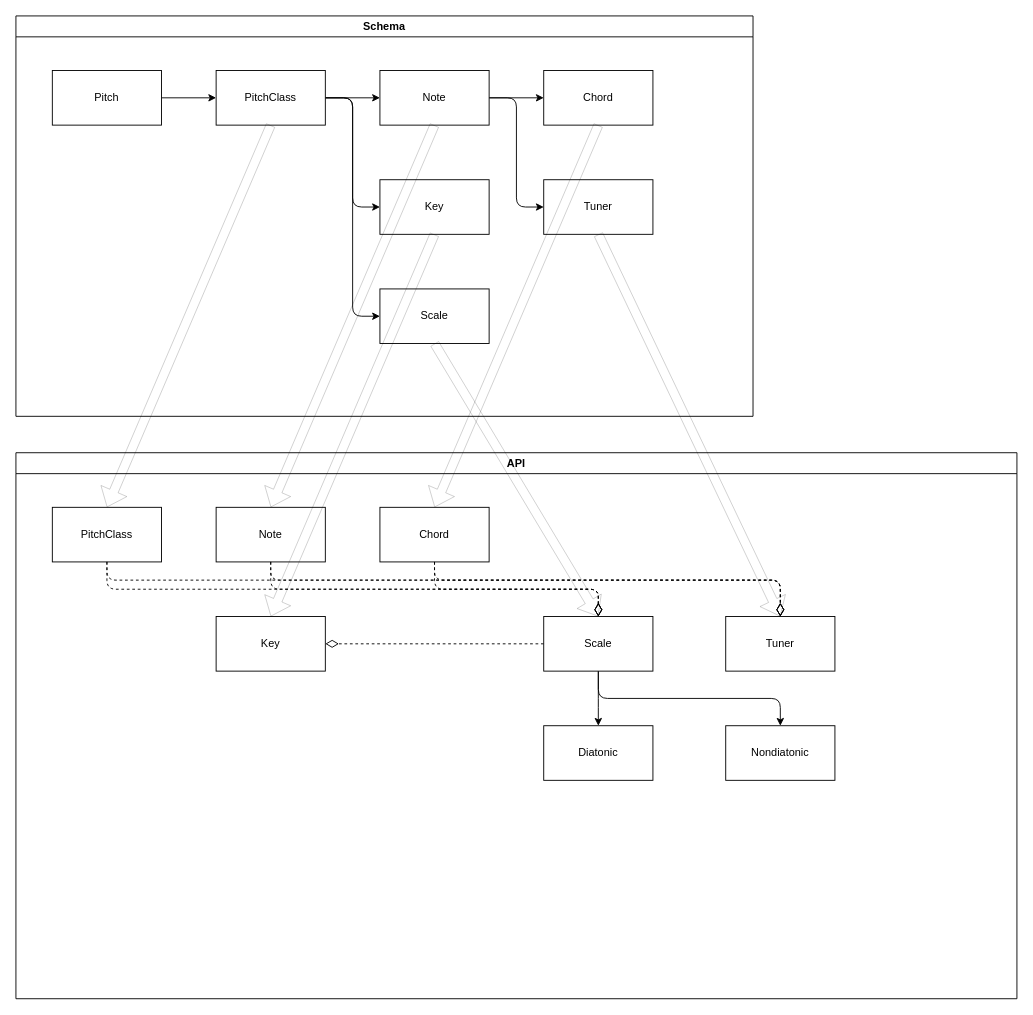
Earlier version of the draw.io diagram documents/schema.drawio (Oujox/aulos). Source tidied: cells renumbered, new cells numbered last; positions are measured from the earlier drawing's top-left corner, leaving out a move shared by most shapes. Both pictures are drawn from the tidied source at 91%, with x=0, y=0 at pixel (15, 15).
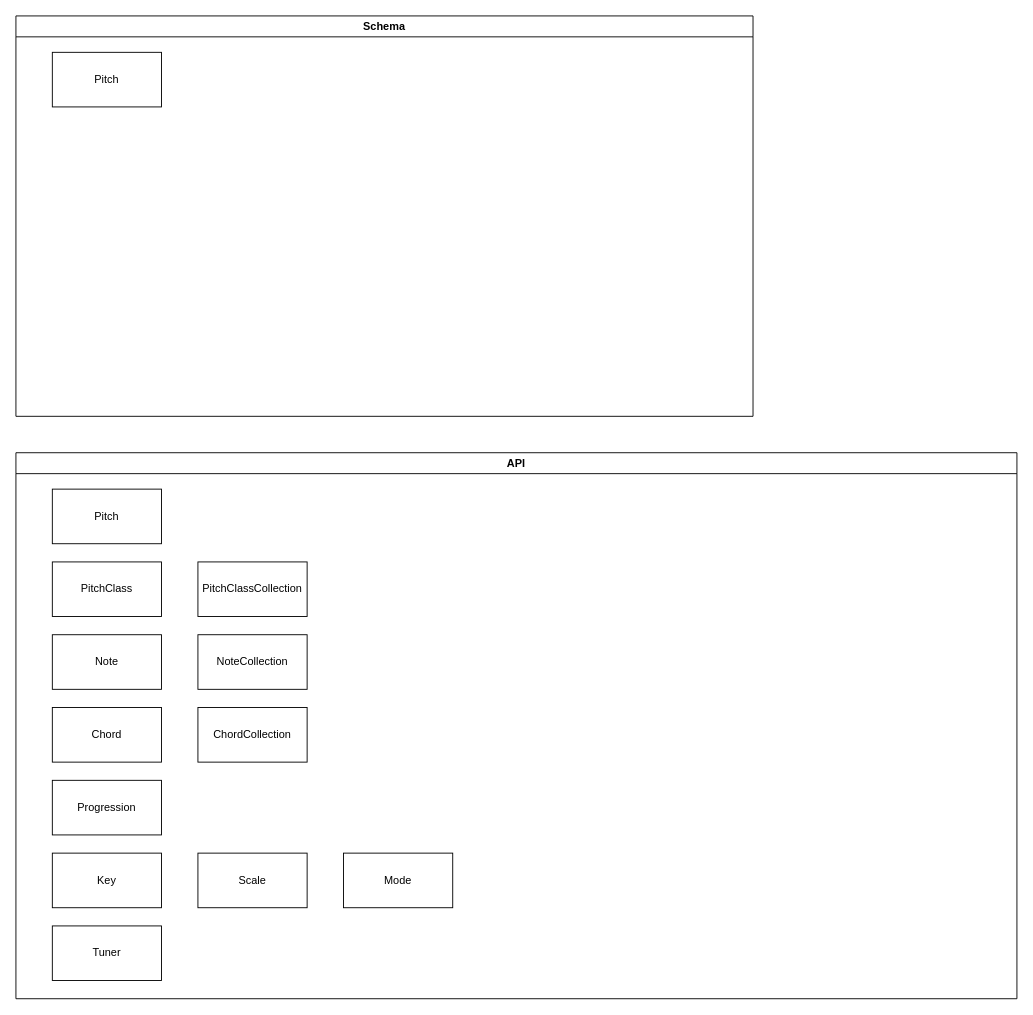
The same page after the edit.

Unchanged cells that the change refers to:
```xml
<mxCell id="2" value="Schema" style="swimlane;whiteSpace=wrap;html=1;" parent="1" vertex="1">
  <mxGeometry width="810" height="440" as="geometry" />
</mxCell>
```

Diff of the diagram source:
```diff
@@
-    <mxCell id="3" style="edgeStyle=none;html=1;exitX=1;exitY=0.5;exitDx=0;exitDy=0;entryX=0;entryY=0.5;entryDx=0;entryDy=0;" parent="2" edge="1" source="4" target="12">
-      <mxGeometry relative="1" as="geometry" />
-    </mxCell>
+    <mxCell id="39" value="Pitch" style="rounded=0;whiteSpace=wrap;html=1;" parent="2" vertex="1">
+      <mxGeometry x="40" y="40" width="120" height="60" as="geometry" />
+    </mxCell>
+    <mxCell id="16" value="API" style="swimlane;whiteSpace=wrap;html=1;strokeColor=default;" parent="1" vertex="1">
+      <mxGeometry y="480" width="1100" height="600" as="geometry" />
+    </mxCell>
-    <mxCell id="4" value="Pitch" style="rounded=0;whiteSpace=wrap;html=1;" parent="2" vertex="1">
-      <mxGeometry x="40" y="60" width="120" height="60" as="geometry" />
+    <mxCell id="4" value="Pitch" style="rounded=0;whiteSpace=wrap;html=1;" parent="16" vertex="1">
+      <mxGeometry x="40" y="40" width="120" height="60" as="geometry" />
     </mxCell>
-    <mxCell id="5" value="Scale" style="rounded=0;whiteSpace=wrap;html=1;" parent="2" vertex="1">
-      <mxGeometry x="400" y="300" width="120" height="60" as="geometry" />
-    </mxCell>
-    <mxCell id="6" style="edgeStyle=none;html=1;exitX=1;exitY=0.5;exitDx=0;exitDy=0;entryX=0;entryY=0.5;entryDx=0;entryDy=0;" parent="2" edge="1" source="8" target="15">
-      <mxGeometry relative="1" as="geometry" />
-    </mxCell>
-    <mxCell id="7" style="edgeStyle=elbowEdgeStyle;html=1;exitX=1;exitY=0.5;exitDx=0;exitDy=0;entryX=0;entryY=0.5;entryDx=0;entryDy=0;" parent="2" edge="1" source="8" target="13">
-      <mxGeometry relative="1" as="geometry" />
-    </mxCell>
-    <mxCell id="8" value="Note" style="rounded=0;whiteSpace=wrap;html=1;" parent="2" vertex="1">
-      <mxGeometry x="400" y="60" width="120" height="60" as="geometry" />
-    </mxCell>
-    <mxCell id="9" style="edgeStyle=none;html=1;exitX=1;exitY=0.5;exitDx=0;exitDy=0;entryX=0;entryY=0.5;entryDx=0;entryDy=0;" parent="2" edge="1" source="12" target="8">
-      <mxGeometry relative="1" as="geometry" />
-    </mxCell>
-    <mxCell id="10" style="edgeStyle=elbowEdgeStyle;html=1;exitX=1;exitY=0.5;exitDx=0;exitDy=0;entryX=0;entryY=0.5;entryDx=0;entryDy=0;" parent="2" edge="1" source="12" target="14">
-      <mxGeometry relative="1" as="geometry" />
-    </mxCell>
-    <mxCell id="11" style="edgeStyle=elbowEdgeStyle;html=1;exitX=1;exitY=0.5;exitDx=0;exitDy=0;entryX=0;entryY=0.5;entryDx=0;entryDy=0;" parent="2" edge="1" source="12" target="5">
-      <mxGeometry relative="1" as="geometry" />
-    </mxCell>
-    <mxCell id="12" value="PitchClass" style="rounded=0;whiteSpace=wrap;html=1;" parent="2" vertex="1">
-      <mxGeometry x="220" y="60" width="120" height="60" as="geometry" />
-    </mxCell>
-    <mxCell id="13" value="Tuner" style="rounded=0;whiteSpace=wrap;html=1;" parent="2" vertex="1">
-      <mxGeometry x="580" y="180" width="120" height="60" as="geometry" />
-    </mxCell>
-    <mxCell id="14" value="Key" style="rounded=0;whiteSpace=wrap;html=1;" parent="2" vertex="1">
-      <mxGeometry x="400" y="180" width="120" height="60" as="geometry" />
-    </mxCell>
-    <mxCell id="15" value="Chord" style="rounded=0;whiteSpace=wrap;html=1;" parent="2" vertex="1">
-      <mxGeometry x="580" y="60" width="120" height="60" as="geometry" />
-    </mxCell>
-    <mxCell id="16" value="API" style="swimlane;whiteSpace=wrap;html=1;strokeColor=default;" parent="1" vertex="1">
-      <mxGeometry y="480" width="1100" height="600" as="geometry" />
-    </mxCell>
-    <mxCell id="17" value="Chord" style="rounded=0;whiteSpace=wrap;html=1;" parent="16" vertex="1">
-      <mxGeometry x="400" y="60" width="120" height="60" as="geometry" />
-    </mxCell>
-    <mxCell id="18" value="Note" style="rounded=0;whiteSpace=wrap;html=1;" parent="16" vertex="1">
-      <mxGeometry x="220" y="60" width="120" height="60" as="geometry" />
-    </mxCell>
-    <mxCell id="19" value="Tuner" style="rounded=0;whiteSpace=wrap;html=1;" parent="16" vertex="1">
-      <mxGeometry x="780" y="180" width="120" height="60" as="geometry" />
-    </mxCell>
-    <mxCell id="20" value="PitchClass" style="rounded=0;whiteSpace=wrap;html=1;" parent="16" vertex="1">
-      <mxGeometry x="40" y="60" width="120" height="60" as="geometry" />
-    </mxCell>
-    <mxCell id="21" style="edgeStyle=elbowEdgeStyle;html=1;exitX=0.5;exitY=1;exitDx=0;exitDy=0;elbow=vertical;" parent="16" edge="1" source="24" target="26">
-      <mxGeometry relative="1" as="geometry" />
-    </mxCell>
-    <mxCell id="22" style="edgeStyle=elbowEdgeStyle;html=1;exitX=0.5;exitY=1;exitDx=0;exitDy=0;entryX=0.5;entryY=0;entryDx=0;entryDy=0;elbow=vertical;" parent="16" edge="1" source="24" target="27">
-      <mxGeometry relative="1" as="geometry" />
-    </mxCell>
-    <mxCell id="23" style="edgeStyle=none;html=1;exitX=0;exitY=0.5;exitDx=0;exitDy=0;entryX=1;entryY=0.5;entryDx=0;entryDy=0;dashed=1;endArrow=diamondThin;endFill=0;endSize=12;" parent="16" edge="1" source="24" target="25">
-      <mxGeometry relative="1" as="geometry" />
-    </mxCell>
-    <mxCell id="24" value="Scale" style="rounded=0;whiteSpace=wrap;html=1;" parent="16" vertex="1">
-      <mxGeometry x="580" y="180" width="120" height="60" as="geometry" />
-    </mxCell>
-    <mxCell id="25" value="Key" style="rounded=0;whiteSpace=wrap;html=1;" parent="16" vertex="1">
-      <mxGeometry x="220" y="180" width="120" height="60" as="geometry" />
-    </mxCell>
-    <mxCell id="26" value="Diatonic" style="rounded=0;whiteSpace=wrap;html=1;" parent="16" vertex="1">
-      <mxGeometry x="580" y="300" width="120" height="60" as="geometry" />
-    </mxCell>
-    <mxCell id="27" value="Nondiatonic" style="rounded=0;whiteSpace=wrap;html=1;" parent="16" vertex="1">
-      <mxGeometry x="780" y="300" width="120" height="60" as="geometry" />
-    </mxCell>
-    <mxCell id="28" style="edgeStyle=elbowEdgeStyle;html=1;exitX=0.5;exitY=1;exitDx=0;exitDy=0;entryX=0.5;entryY=0;entryDx=0;entryDy=0;dashed=1;endArrow=diamondThin;endFill=0;startSize=6;endSize=12;elbow=vertical;" parent="16" edge="1" source="18" target="19">
-      <mxGeometry relative="1" as="geometry">
-        <Array as="points">
-          <mxPoint x="370" y="140" />
-        </Array>
-      </mxGeometry>
-    </mxCell>
-    <mxCell id="29" style="edgeStyle=elbowEdgeStyle;html=1;exitX=0.5;exitY=1;exitDx=0;exitDy=0;entryX=0.5;entryY=0;entryDx=0;entryDy=0;dashed=1;endArrow=diamondThin;endFill=0;startSize=6;endSize=12;elbow=vertical;" parent="16" edge="1" source="17" target="19">
-      <mxGeometry relative="1" as="geometry">
-        <Array as="points">
-          <mxPoint x="640" y="140" />
-        </Array>
-      </mxGeometry>
-    </mxCell>
-    <mxCell id="30" style="edgeStyle=elbowEdgeStyle;html=1;exitX=0.5;exitY=1;exitDx=0;exitDy=0;dashed=1;endArrow=diamondThin;endFill=0;startSize=6;endSize=12;elbow=vertical;entryX=0.5;entryY=0;entryDx=0;entryDy=0;" parent="16" edge="1" source="20" target="24">
-      <mxGeometry relative="1" as="geometry">
-        <Array as="points">
-          <mxPoint x="370" y="150" />
-        </Array>
-      </mxGeometry>
-    </mxCell>
-    <mxCell id="31" style="edgeStyle=elbowEdgeStyle;html=1;exitX=0.5;exitY=1;exitDx=0;exitDy=0;dashed=1;endArrow=diamondThin;endFill=0;startSize=6;endSize=12;elbow=vertical;entryX=0.5;entryY=0;entryDx=0;entryDy=0;" parent="16" edge="1" source="18" target="24">
-      <mxGeometry relative="1" as="geometry">
-        <Array as="points">
-          <mxPoint x="460" y="150" />
-        </Array>
-      </mxGeometry>
-    </mxCell>
-    <mxCell id="32" style="edgeStyle=elbowEdgeStyle;html=1;exitX=0.5;exitY=1;exitDx=0;exitDy=0;dashed=1;endArrow=diamondThin;endFill=0;startSize=6;endSize=12;elbow=vertical;entryX=0.5;entryY=0;entryDx=0;entryDy=0;" parent="16" edge="1" source="17" target="24">
-      <mxGeometry relative="1" as="geometry">
-        <Array as="points">
-          <mxPoint x="500" y="150" />
-        </Array>
-      </mxGeometry>
-    </mxCell>
-    <mxCell id="33" style="edgeStyle=elbowEdgeStyle;html=1;exitX=0.5;exitY=1;exitDx=0;exitDy=0;dashed=1;endArrow=diamondThin;endFill=0;startSize=6;endSize=12;elbow=vertical;entryX=0.5;entryY=0;entryDx=0;entryDy=0;" parent="16" edge="1" source="20" target="19">
-      <mxGeometry relative="1" as="geometry">
-        <Array as="points">
-          <mxPoint x="460" y="140" />
-        </Array>
-      </mxGeometry>
-    </mxCell>
-    <mxCell id="34" style="shape=flexArrow;endArrow=classic;html=1;exitX=0.5;exitY=1;exitDx=0;exitDy=0;entryX=0.5;entryY=0;entryDx=0;entryDy=0;opacity=20;" parent="1" edge="1" source="12" target="20">
-      <mxGeometry relative="1" as="geometry" />
-    </mxCell>
-    <mxCell id="35" style="shape=flexArrow;endArrow=classic;html=1;exitX=0.5;exitY=1;exitDx=0;exitDy=0;entryX=0.5;entryY=0;entryDx=0;entryDy=0;opacity=20;" parent="1" edge="1" source="8" target="18">
-      <mxGeometry relative="1" as="geometry" />
-    </mxCell>
-    <mxCell id="36" style="shape=flexArrow;endArrow=classic;html=1;exitX=0.5;exitY=1;exitDx=0;exitDy=0;entryX=0.5;entryY=0;entryDx=0;entryDy=0;opacity=20;" parent="1" edge="1" source="15" target="17">
-      <mxGeometry relative="1" as="geometry" />
-    </mxCell>
-    <mxCell id="37" style="shape=flexArrow;endArrow=classic;html=1;exitX=0.5;exitY=1;exitDx=0;exitDy=0;entryX=0.5;entryY=0;entryDx=0;entryDy=0;opacity=20;" parent="1" edge="1" source="14" target="25">
-      <mxGeometry relative="1" as="geometry" />
-    </mxCell>
-    <mxCell id="38" style="shape=flexArrow;endArrow=classic;html=1;exitX=0.5;exitY=1;exitDx=0;exitDy=0;entryX=0.5;entryY=0;entryDx=0;entryDy=0;opacity=20;" parent="1" edge="1" source="5" target="24">
-      <mxGeometry relative="1" as="geometry" />
-    </mxCell>
-    <mxCell id="39" style="shape=flexArrow;endArrow=classic;html=1;exitX=0.5;exitY=1;exitDx=0;exitDy=0;entryX=0.5;entryY=0;entryDx=0;entryDy=0;opacity=20;" parent="1" edge="1" source="13" target="19">
-      <mxGeometry relative="1" as="geometry" />
-    </mxCell>
+    <mxCell id="40" value="PitchClass" style="rounded=0;whiteSpace=wrap;html=1;" parent="16" vertex="1">
+      <mxGeometry x="40" y="120" width="120" height="60" as="geometry" />
+    </mxCell>
+    <mxCell id="41" value="Note" style="rounded=0;whiteSpace=wrap;html=1;" parent="16" vertex="1">
+      <mxGeometry x="40" y="200" width="120" height="60" as="geometry" />
+    </mxCell>
+    <mxCell id="42" value="Chord" style="rounded=0;whiteSpace=wrap;html=1;" parent="16" vertex="1">
+      <mxGeometry x="40" y="280" width="120" height="60" as="geometry" />
+    </mxCell>
+    <mxCell id="43" value="Scale" style="rounded=0;whiteSpace=wrap;html=1;" parent="16" vertex="1">
+      <mxGeometry x="200" y="440" width="120" height="60" as="geometry" />
+    </mxCell>
+    <mxCell id="44" value="Key" style="rounded=0;whiteSpace=wrap;html=1;" parent="16" vertex="1">
+      <mxGeometry x="40" y="440" width="120" height="60" as="geometry" />
+    </mxCell>
+    <mxCell id="45" value="Mode" style="rounded=0;whiteSpace=wrap;html=1;" parent="16" vertex="1">
+      <mxGeometry x="360" y="440" width="120" height="60" as="geometry" />
+    </mxCell>
+    <mxCell id="46" value="PitchClassCollection" style="rounded=0;whiteSpace=wrap;html=1;" parent="16" vertex="1">
+      <mxGeometry x="200" y="120" width="120" height="60" as="geometry" />
+    </mxCell>
+    <mxCell id="47" value="NoteCollection" style="rounded=0;whiteSpace=wrap;html=1;" parent="16" vertex="1">
+      <mxGeometry x="200" y="200" width="120" height="60" as="geometry" />
+    </mxCell>
+    <mxCell id="48" value="Progression" style="rounded=0;whiteSpace=wrap;html=1;" parent="16" vertex="1">
+      <mxGeometry x="40" y="360" width="120" height="60" as="geometry" />
+    </mxCell>
+    <mxCell id="49" value="Tuner" style="rounded=0;whiteSpace=wrap;html=1;" parent="16" vertex="1">
+      <mxGeometry x="40" y="520" width="120" height="60" as="geometry" />
+    </mxCell>
+    <mxCell id="50" value="ChordCollection" style="rounded=0;whiteSpace=wrap;html=1;" parent="16" vertex="1">
+      <mxGeometry x="200" y="280" width="120" height="60" as="geometry" />
+    </mxCell>
```
